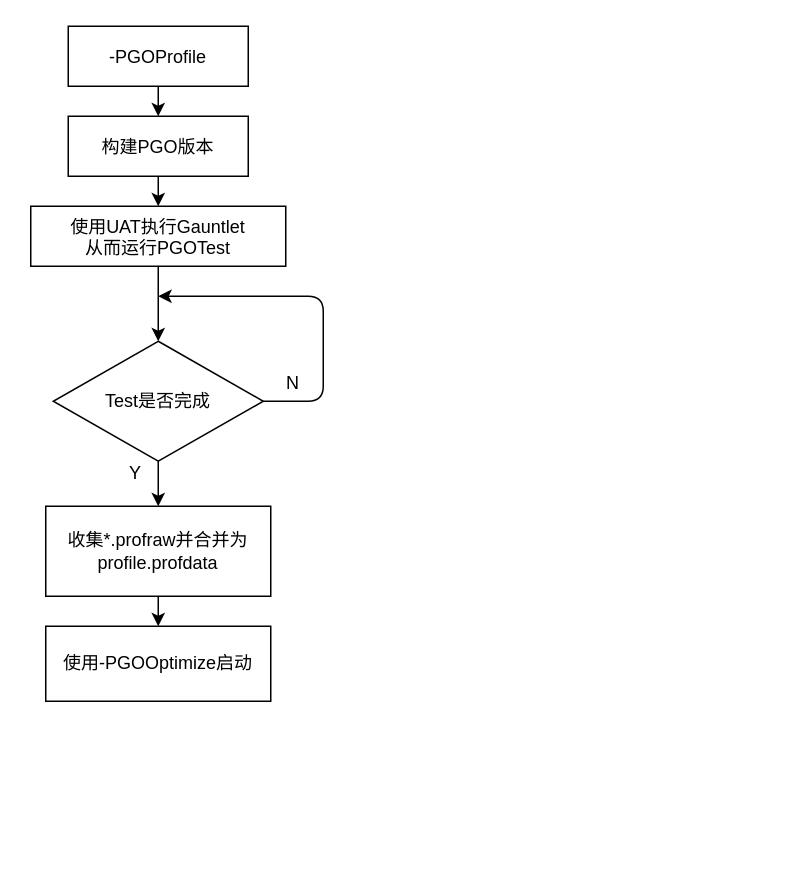
Above: _posts/images/PGOInUnreal/Progress.dio in YohiroW/yohirow.github.io (draw.io), before the change. Source tidied: cells renumbered, new cells numbered last; positions are measured from the earlier drawing's top-left corner, leaving out a move shared by most shapes. Both pictures are drawn from the tidied source at 150%, with x=0, y=0 at pixel (30, 26).
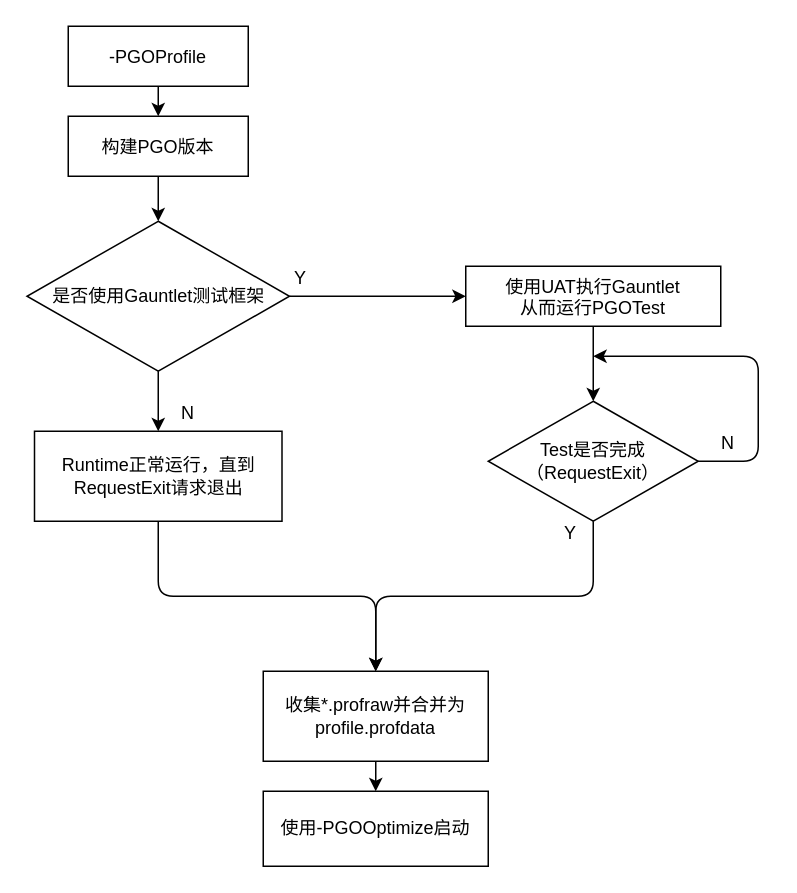
The same page after the edit.

Unchanged cells that the change refers to:
```xml
<mxCell id="5" value="构建PGO版本" style="fontStyle=0;" parent="1" vertex="1">
  <mxGeometry x="25" y="60" width="120" height="40" as="geometry" />
</mxCell>
```

Diff of the diagram source:
```diff
@@
-    <mxCell id="4" style="edgeStyle=none;html=1;" parent="1" edge="1" source="5" target="7">
-      <mxGeometry relative="1" as="geometry" />
-    </mxCell>
+    <mxCell id="16" style="edgeStyle=none;html=1;" parent="1" edge="1" source="5" target="19">
+      <mxGeometry relative="1" as="geometry" />
+    </mxCell>
@@
     <mxCell id="7" value="使用UAT执行Gauntlet&#10;从而运行PGOTest" style="fontStyle=0;" parent="1" vertex="1">
-      <mxGeometry y="120" width="170" height="40" as="geometry" />
+      <mxGeometry x="290" y="160" width="170" height="40" as="geometry" />
     </mxCell>
     <mxCell id="8" style="edgeStyle=orthogonalEdgeStyle;html=1;exitX=1;exitY=0.5;exitDx=0;exitDy=0;" parent="1" edge="1" source="10">
       <mxGeometry relative="1" as="geometry">
-        <mxPoint x="85" y="180" as="targetPoint" />
+        <mxPoint x="375" y="220" as="targetPoint" />
         <Array as="points">
-          <mxPoint x="195" y="250" />
-          <mxPoint x="195" y="180" />
+          <mxPoint x="485" y="290" />
+          <mxPoint x="485" y="220" />
         </Array>
       </mxGeometry>
     </mxCell>
@@
-    <mxCell id="10" value="Test是否完成" style="rhombus;whiteSpace=wrap;html=1;fontStyle=0;" parent="1" vertex="1">
-      <mxGeometry x="15" y="210" width="140" height="80" as="geometry" />
+    <mxCell id="10" value="Test是否完成（RequestExit）" style="rhombus;whiteSpace=wrap;html=1;fontStyle=0;" parent="1" vertex="1">
+      <mxGeometry x="305" y="250" width="140" height="80" as="geometry" />
     </mxCell>
@@
     <mxCell id="12" value="收集*.profraw并合并为profile.profdata" style="whiteSpace=wrap;html=1;fontStyle=0;" parent="1" vertex="1">
-      <mxGeometry x="10" y="320" width="150" height="60" as="geometry" />
+      <mxGeometry x="155" y="430" width="150" height="60" as="geometry" />
     </mxCell>
     <mxCell id="13" value="使用-PGOOptimize启动" style="whiteSpace=wrap;html=1;fontStyle=0;" parent="1" vertex="1">
-      <mxGeometry x="10" y="400" width="150" height="50" as="geometry" />
+      <mxGeometry x="155" y="510" width="150" height="50" as="geometry" />
     </mxCell>
     <mxCell id="14" value="N" style="text;html=1;strokeColor=none;fillColor=none;align=center;verticalAlign=middle;whiteSpace=wrap;rounded=0;" parent="1" vertex="1">
-      <mxGeometry x="160" y="230" width="30" height="15" as="geometry" />
+      <mxGeometry x="450" y="270" width="30" height="15" as="geometry" />
     </mxCell>
     <mxCell id="15" value="Y" style="text;html=1;strokeColor=none;fillColor=none;align=center;verticalAlign=middle;whiteSpace=wrap;rounded=0;" parent="1" vertex="1">
-      <mxGeometry x="60" y="290" width="20" height="15" as="geometry" />
+      <mxGeometry x="350" y="330" width="20" height="15" as="geometry" />
     </mxCell>
+    <mxCell id="17" style="edgeStyle=none;html=1;entryX=0;entryY=0.5;entryDx=0;entryDy=0;" parent="1" edge="1" source="19" target="7">
+      <mxGeometry relative="1" as="geometry" />
+    </mxCell>
+    <mxCell id="18" style="edgeStyle=none;html=1;" parent="1" edge="1" source="19" target="22">
+      <mxGeometry relative="1" as="geometry" />
+    </mxCell>
+    <mxCell id="19" value="是否使用Gauntlet测试框架" style="rhombus;whiteSpace=wrap;html=1;fontStyle=0;" parent="1" vertex="1">
+      <mxGeometry x="-2.5" y="130" width="175" height="100" as="geometry" />
+    </mxCell>
+    <mxCell id="20" value="Y" style="text;html=1;strokeColor=none;fillColor=none;align=center;verticalAlign=middle;whiteSpace=wrap;rounded=0;" parent="1" vertex="1">
+      <mxGeometry x="170" y="160" width="20" height="15" as="geometry" />
+    </mxCell>
+    <mxCell id="21" style="edgeStyle=orthogonalEdgeStyle;html=1;entryX=0.5;entryY=0;entryDx=0;entryDy=0;" parent="1" edge="1" source="22" target="12">
+      <mxGeometry relative="1" as="geometry">
+        <Array as="points">
+          <mxPoint x="85" y="380" />
+          <mxPoint x="230" y="380" />
+        </Array>
+      </mxGeometry>
+    </mxCell>
+    <mxCell id="22" value="Runtime正常运行，直到RequestExit请求退出" style="whiteSpace=wrap;html=1;fontStyle=0;" parent="1" vertex="1">
+      <mxGeometry x="2.5" y="270" width="165" height="60" as="geometry" />
+    </mxCell>
+    <mxCell id="23" value="N" style="text;html=1;strokeColor=none;fillColor=none;align=center;verticalAlign=middle;whiteSpace=wrap;rounded=0;" parent="1" vertex="1">
+      <mxGeometry x="90" y="250" width="30" height="15" as="geometry" />
+    </mxCell>
```
